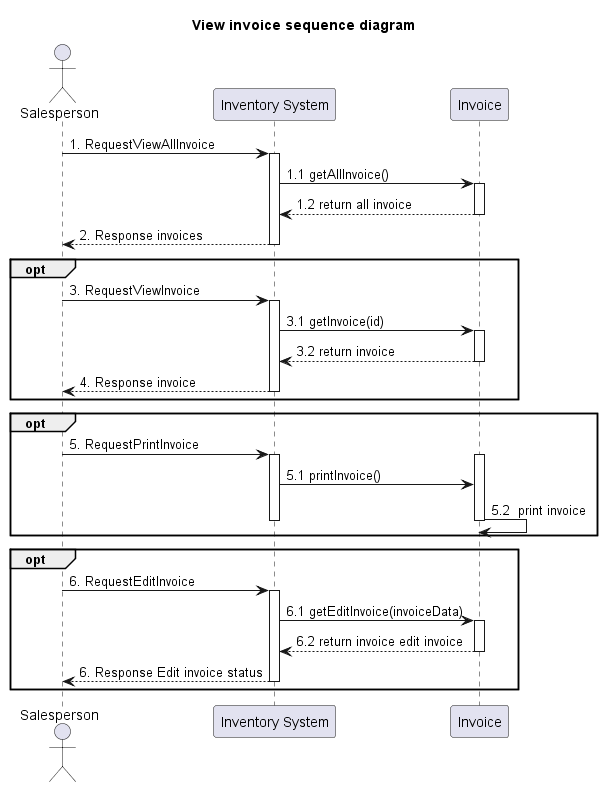
Before: out/system-analysis/sequence/_5_1_sequence-view-invoice/_5_1_sequence-view-invoice.png, a diagram exported from PlantUML (billowdev/inventory-system-plantuml-sequelize-seeder-example).
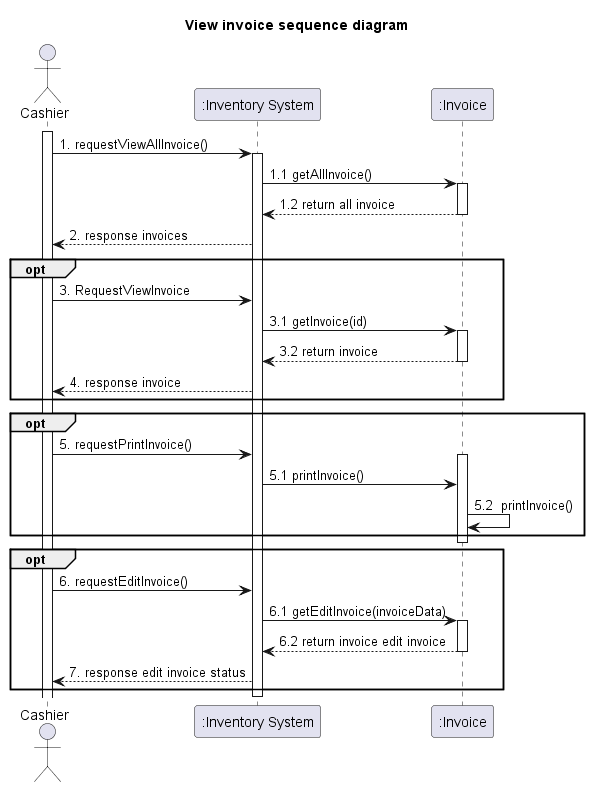
The same diagram one commit later.

Diff of the diagram source:
```diff
@@ -1,11 +1,14 @@
 @startuml
 title View invoice sequence diagram
 
-actor Salesperson as actorSalesperson
-participant "Inventory System" as InventorySystem
-participant "Invoice" as classInvoice
+actor Cashier as actorCashier
+participant ":Inventory System" as InventorySystem
 
-actorSalesperson -> InventorySystem: 1. RequestViewAllInvoice
+participant ":Invoice" as classInvoice
+
+activate actorCashier
+
+actorCashier -> InventorySystem: 1. requestViewAllInvoice()
 activate InventorySystem
 
 InventorySystem -> classInvoice: 1.1 getAllInvoice()
@@ -14,14 +17,14 @@
 classInvoice --> InventorySystem: 1.2 return all invoice
 deactivate classInvoice
 
-InventorySystem --> actorSalesperson : 2. Response invoices
+InventorySystem --> actorCashier : 2. response invoices
 
-deactivate InventorySystem
+
 
 
 opt
-actorSalesperson -> InventorySystem: 3. RequestViewInvoice
-activate InventorySystem
+actorCashier -> InventorySystem: 3. RequestViewInvoice
+
 
 InventorySystem -> classInvoice: 3.1 getInvoice(id)
 activate classInvoice
@@ -29,27 +32,26 @@
 classInvoice --> InventorySystem: 3.2 return invoice
 deactivate classInvoice
 
-InventorySystem --> actorSalesperson : 4. Response invoice
-deactivate InventorySystem
+InventorySystem --> actorCashier : 4. response invoice
+
 end
 
 
 opt
-actorSalesperson -> InventorySystem : 5. RequestPrintInvoice
-activate InventorySystem
+actorCashier -> InventorySystem : 5. requestPrintInvoice()
+
 
 activate classInvoice
 InventorySystem -> classInvoice : 5.1 printInvoice()
 
-classInvoice -> classInvoice : 5.2  print invoice
-deactivate classInvoice
-deactivate InventorySystem
+classInvoice -> classInvoice : 5.2  printInvoice()
 
 end
+deactivate classInvoice
 
 opt
-actorSalesperson -> InventorySystem: 6. RequestEditInvoice
-activate InventorySystem
+actorCashier -> InventorySystem: 6. requestEditInvoice()
+
 
 InventorySystem -> classInvoice: 6.1 getEditInvoice(invoiceData)
 activate classInvoice
@@ -57,9 +59,9 @@
 classInvoice --> InventorySystem: 6.2 return invoice edit invoice
 deactivate classInvoice
 
-InventorySystem --> actorSalesperson : 6. Response Edit invoice status
+InventorySystem --> actorCashier : 7. response edit invoice status
+end
 deactivate InventorySystem
-end
 
 
 @enduml
```
